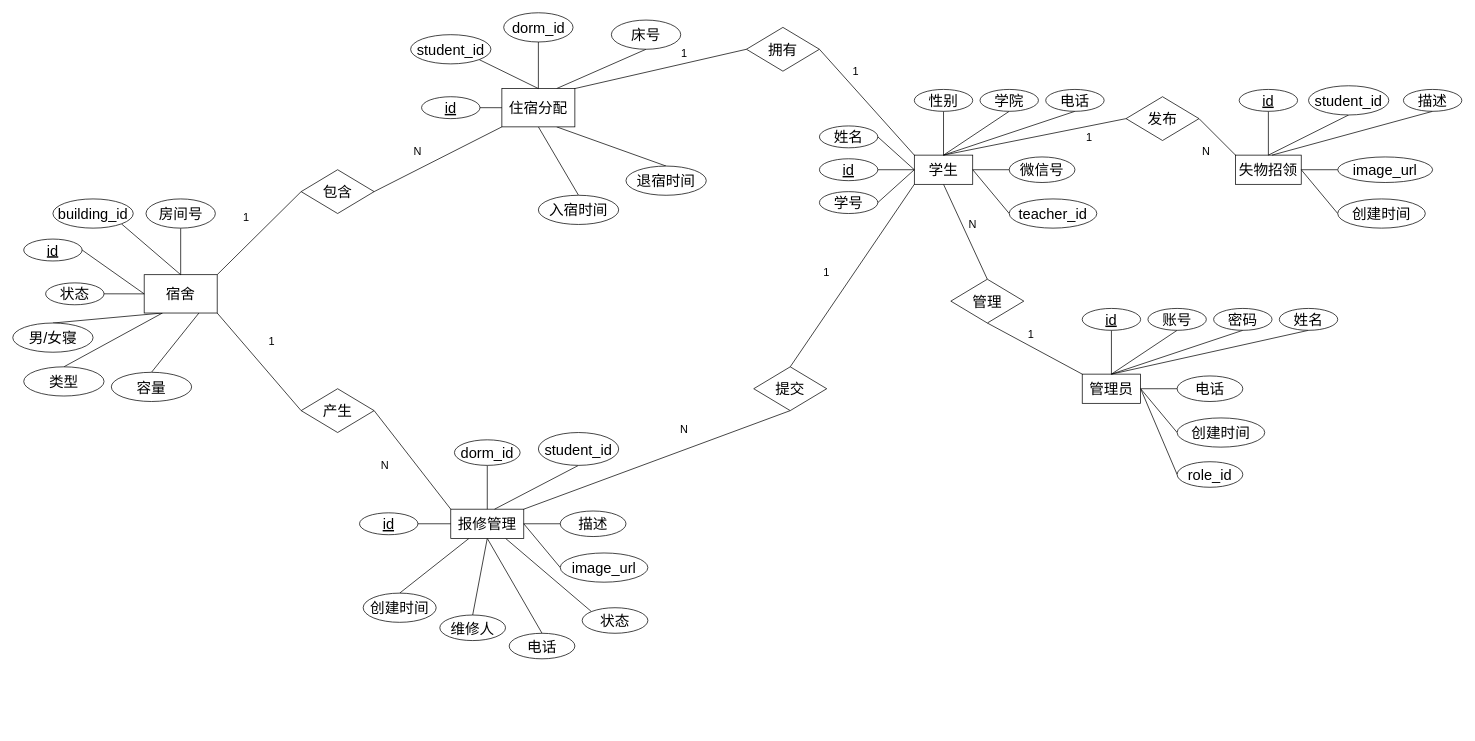
Before: ER图.drawio in lyb040701/draw, a draw.io diagram. Source tidied: cells renumbered, new cells numbered last; positions are measured from the earlier drawing's top-left corner, leaving out a move shared by most shapes. Both pictures are drawn from the tidied source at 73%, with x=0, y=0 at pixel (12, 12).
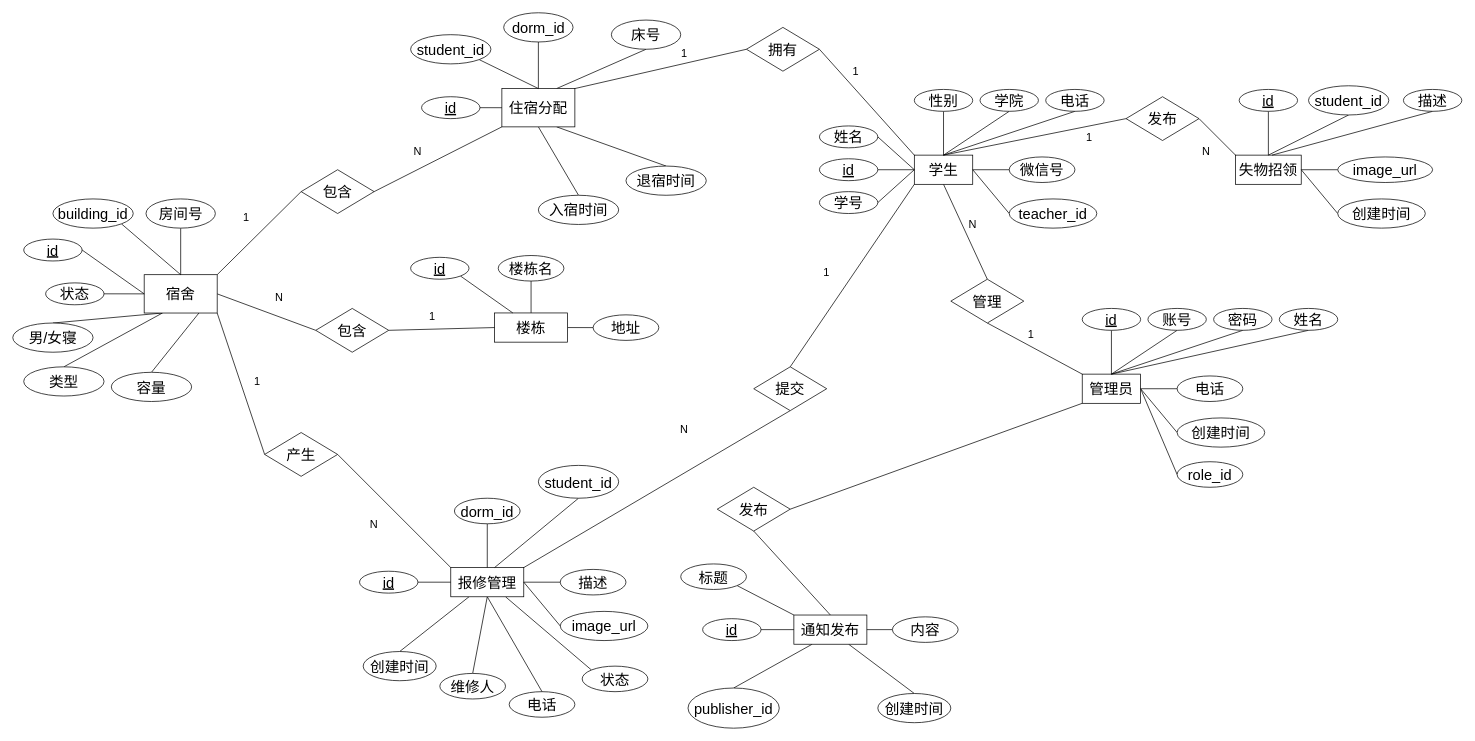
The same diagram, later.

The change refers to these unchanged cells:
```xml
<mxCell id="21" value="&lt;font style=&quot;font-size: 20px;&quot;&gt;管理员&lt;/font&gt;" style="rounded=0;whiteSpace=wrap;html=1;" parent="1" vertex="1">
  <mxGeometry x="1465" y="495" width="80" height="40" as="geometry" />
</mxCell>
<mxCell id="78" value="&lt;font style=&quot;font-size: 20px;&quot;&gt;宿舍&lt;/font&gt;" style="rounded=0;whiteSpace=wrap;html=1;" parent="1" vertex="1">
  <mxGeometry x="180" y="358.8" width="100" height="52.5" as="geometry" />
</mxCell>
```

Change to the diagram source:
```diff
@@
+    <mxCell id="123" style="edgeStyle=none;shape=connector;rounded=0;jettySize=auto;html=1;exitX=1;exitY=0.5;exitDx=0;exitDy=0;entryX=0;entryY=0.5;entryDx=0;entryDy=0;strokeColor=default;align=center;verticalAlign=middle;fontFamily=Helvetica;fontSize=11;fontColor=default;labelBackgroundColor=default;endArrow=none;endFill=0;" parent="1" edge="1" source="78" target="133">
+      <mxGeometry relative="1" as="geometry" />
+    </mxCell>
@@
     <mxCell id="95" style="edgeStyle=none;shape=connector;rounded=0;jettySize=auto;html=1;exitX=0.5;exitY=0;exitDx=0;exitDy=0;strokeColor=default;align=center;verticalAlign=middle;fontFamily=Helvetica;fontSize=11;fontColor=default;labelBackgroundColor=default;endArrow=none;endFill=0;" parent="1" edge="1" source="100">
       <mxGeometry relative="1" as="geometry">
-        <mxPoint x="650.3" y="680.4" as="targetPoint" />
+        <mxPoint x="650.3" y="760.4" as="targetPoint" />
       </mxGeometry>
     </mxCell>
@@
     <mxCell id="100" value="&lt;font style=&quot;font-size: 20px;&quot;&gt;报修管理&lt;/font&gt;" style="rounded=0;whiteSpace=wrap;html=1;" parent="1" vertex="1">
-      <mxGeometry x="600" y="680" width="100" height="40" as="geometry" />
+      <mxGeometry x="600" y="760" width="100" height="40" as="geometry" />
     </mxCell>
     <mxCell id="101" style="endArrow=none;html=1;rounded=0;" parent="1" edge="1" target="102">
       <mxGeometry relative="1" as="geometry">
-        <mxPoint x="700" y="700" as="sourcePoint" />
+        <mxPoint x="700" y="780" as="sourcePoint" />
       </mxGeometry>
     </mxCell>
     <mxCell id="102" value="&lt;span style=&quot;font-size: 20px;&quot;&gt;描述&lt;/span&gt;" style="ellipse;whiteSpace=wrap;html=1;" parent="1" vertex="1">
-      <mxGeometry x="750" y="682.5" width="90" height="35" as="geometry" />
+      <mxGeometry x="750" y="762.5" width="90" height="35" as="geometry" />
     </mxCell>
@@
     <mxCell id="104" value="&lt;font style=&quot;font-size: 20px;&quot;&gt;image_url&lt;/font&gt;" style="ellipse;whiteSpace=wrap;html=1;" parent="1" vertex="1">
-      <mxGeometry x="750" y="740" width="120" height="40" as="geometry" />
+      <mxGeometry x="750" y="820" width="120" height="40" as="geometry" />
     </mxCell>
@@
     <mxCell id="106" value="&lt;span style=&quot;font-size: 20px;&quot;&gt;&lt;u&gt;id&lt;/u&gt;&lt;/span&gt;" style="ellipse;whiteSpace=wrap;html=1;" parent="1" vertex="1">
-      <mxGeometry x="475" y="685" width="80" height="30" as="geometry" />
+      <mxGeometry x="475" y="765" width="80" height="30" as="geometry" />
     </mxCell>
@@
     <mxCell id="108" value="&lt;span style=&quot;font-size: 20px;&quot;&gt;dorm_id&lt;/span&gt;" style="ellipse;whiteSpace=wrap;html=1;" parent="1" vertex="1">
-      <mxGeometry x="605" y="585" width="90" height="35" as="geometry" />
+      <mxGeometry x="605" y="665" width="90" height="35" as="geometry" />
     </mxCell>
     <mxCell id="109" style="edgeStyle=none;rounded=0;jettySize=auto;html=1;exitX=0.5;exitY=1;exitDx=0;exitDy=0;endArrow=none;endFill=0;" parent="1" edge="1" source="110">
       <mxGeometry relative="1" as="geometry">
-        <mxPoint x="660" y="680" as="targetPoint" />
+        <mxPoint x="660" y="760" as="targetPoint" />
       </mxGeometry>
     </mxCell>
     <mxCell id="110" value="&lt;span style=&quot;font-size: 20px;&quot;&gt;student_id&lt;/span&gt;" style="ellipse;whiteSpace=wrap;html=1;" parent="1" vertex="1">
-      <mxGeometry x="720" y="575" width="110" height="45" as="geometry" />
+      <mxGeometry x="720" y="620" width="110" height="45" as="geometry" />
     </mxCell>
     <mxCell id="111" value="&lt;font style=&quot;font-size: 20px;&quot;&gt;状态&lt;br&gt;&lt;/font&gt;" style="ellipse;whiteSpace=wrap;html=1;" parent="1" vertex="1">
-      <mxGeometry x="780" y="815" width="90" height="35" as="geometry" />
+      <mxGeometry x="780" y="895" width="90" height="35" as="geometry" />
     </mxCell>
     <mxCell id="112" value="&lt;font style=&quot;font-size: 20px;&quot;&gt;创建时间&lt;/font&gt;" style="ellipse;whiteSpace=wrap;html=1;" parent="1" vertex="1">
-      <mxGeometry x="480" y="795" width="100" height="40" as="geometry" />
+      <mxGeometry x="480" y="875" width="100" height="40" as="geometry" />
     </mxCell>
     <mxCell id="113" value="&lt;font style=&quot;font-size: 20px;&quot;&gt;维修人&lt;br&gt;&lt;/font&gt;" style="ellipse;whiteSpace=wrap;html=1;" parent="1" vertex="1">
-      <mxGeometry x="585" y="825" width="90" height="35" as="geometry" />
+      <mxGeometry x="585" y="905" width="90" height="35" as="geometry" />
     </mxCell>
     <mxCell id="114" value="&lt;font style=&quot;font-size: 20px;&quot;&gt;电话&lt;/font&gt;" style="ellipse;whiteSpace=wrap;html=1;" parent="1" vertex="1">
-      <mxGeometry x="680" y="850" width="90" height="35" as="geometry" />
+      <mxGeometry x="680" y="930" width="90" height="35" as="geometry" />
     </mxCell>
@@
     <mxCell id="120" value="&lt;font style=&quot;font-size: 20px;&quot;&gt;产生&lt;/font&gt;" style="rhombus;whiteSpace=wrap;html=1;fontFamily=Helvetica;fontSize=11;fontColor=default;labelBackgroundColor=default;" parent="1" vertex="1">
-      <mxGeometry x="395" y="515" width="100" height="60" as="geometry" />
+      <mxGeometry x="345" y="575" width="100" height="60" as="geometry" />
     </mxCell>
     <mxCell id="121" value="&lt;font style=&quot;font-size: 15px;&quot;&gt;1&lt;/font&gt;" style="text;html=1;whiteSpace=wrap;strokeColor=none;fillColor=none;align=center;verticalAlign=middle;rounded=0;fontFamily=Helvetica;fontSize=11;fontColor=default;labelBackgroundColor=default;" parent="1" vertex="1">
-      <mxGeometry x="325" y="435" width="60" height="30" as="geometry" />
+      <mxGeometry x="305" y="490" width="60" height="30" as="geometry" />
     </mxCell>
     <mxCell id="122" value="&lt;font style=&quot;font-size: 15px;&quot;&gt;N&lt;/font&gt;" style="text;html=1;whiteSpace=wrap;strokeColor=none;fillColor=none;align=center;verticalAlign=middle;rounded=0;fontFamily=Helvetica;fontSize=11;fontColor=default;labelBackgroundColor=default;" parent="1" vertex="1">
-      <mxGeometry x="480" y="605" width="60" height="30" as="geometry" />
+      <mxGeometry x="465" y="685" width="60" height="30" as="geometry" />
     </mxCell>
+    <mxCell id="124" style="edgeStyle=none;shape=connector;rounded=0;jettySize=auto;html=1;exitX=1;exitY=0.5;exitDx=0;exitDy=0;entryX=0;entryY=0.5;entryDx=0;entryDy=0;strokeColor=default;align=center;verticalAlign=middle;fontFamily=Helvetica;fontSize=11;fontColor=default;labelBackgroundColor=default;endArrow=none;endFill=0;" parent="1" edge="1" source="127" target="128">
+      <mxGeometry relative="1" as="geometry" />
+    </mxCell>
+    <mxCell id="125" style="edgeStyle=none;shape=connector;rounded=0;jettySize=auto;html=1;exitX=0.5;exitY=0;exitDx=0;exitDy=0;strokeColor=default;align=center;verticalAlign=middle;fontFamily=Helvetica;fontSize=11;fontColor=default;labelBackgroundColor=default;endArrow=none;endFill=0;" parent="1" edge="1" source="127">
+      <mxGeometry relative="1" as="geometry">
+        <mxPoint x="710.3" y="411.7" as="targetPoint" />
+      </mxGeometry>
+    </mxCell>
+    <mxCell id="126" style="edgeStyle=none;shape=connector;rounded=0;jettySize=auto;html=1;exitX=0.5;exitY=0;exitDx=0;exitDy=0;entryX=0.5;entryY=1;entryDx=0;entryDy=0;strokeColor=default;align=center;verticalAlign=middle;fontFamily=Helvetica;fontSize=11;fontColor=default;labelBackgroundColor=default;endArrow=none;endFill=0;" parent="1" edge="1" source="127" target="131">
+      <mxGeometry relative="1" as="geometry" />
+    </mxCell>
+    <mxCell id="127" value="&lt;font style=&quot;font-size: 20px;&quot;&gt;楼栋&lt;/font&gt;" style="rounded=0;whiteSpace=wrap;html=1;" parent="1" vertex="1">
+      <mxGeometry x="660" y="411.2" width="100" height="40" as="geometry" />
+    </mxCell>
+    <mxCell id="128" value="&lt;font style=&quot;font-size: 20px;&quot;&gt;地址&lt;br&gt;&lt;/font&gt;" style="ellipse;whiteSpace=wrap;html=1;" parent="1" vertex="1">
+      <mxGeometry x="795" y="413.8" width="90" height="35" as="geometry" />
+    </mxCell>
+    <mxCell id="129" style="edgeStyle=none;shape=connector;rounded=0;jettySize=auto;html=1;exitX=1;exitY=1;exitDx=0;exitDy=0;entryX=0.25;entryY=0;entryDx=0;entryDy=0;strokeColor=default;align=center;verticalAlign=middle;fontFamily=Helvetica;fontSize=11;fontColor=default;labelBackgroundColor=default;endArrow=none;endFill=0;" parent="1" edge="1" source="130" target="127">
+      <mxGeometry relative="1" as="geometry" />
+    </mxCell>
+    <mxCell id="130" value="&lt;span style=&quot;font-size: 20px;&quot;&gt;&lt;u&gt;id&lt;/u&gt;&lt;/span&gt;" style="ellipse;whiteSpace=wrap;html=1;" parent="1" vertex="1">
+      <mxGeometry x="545" y="335" width="80" height="30" as="geometry" />
+    </mxCell>
+    <mxCell id="131" value="&lt;span style=&quot;font-size: 20px;&quot;&gt;楼栋名&lt;/span&gt;" style="ellipse;whiteSpace=wrap;html=1;" parent="1" vertex="1">
+      <mxGeometry x="665" y="332.5" width="90" height="35" as="geometry" />
+    </mxCell>
+    <mxCell id="132" style="edgeStyle=none;shape=connector;rounded=0;jettySize=auto;html=1;exitX=1;exitY=0.5;exitDx=0;exitDy=0;entryX=0;entryY=0.5;entryDx=0;entryDy=0;strokeColor=default;align=center;verticalAlign=middle;fontFamily=Helvetica;fontSize=11;fontColor=default;labelBackgroundColor=default;endArrow=none;endFill=0;" parent="1" edge="1" source="133" target="127">
+      <mxGeometry relative="1" as="geometry" />
+    </mxCell>
+    <mxCell id="133" value="&lt;font style=&quot;font-size: 20px;&quot;&gt;包含&lt;/font&gt;" style="rhombus;whiteSpace=wrap;html=1;fontFamily=Helvetica;fontSize=11;fontColor=default;labelBackgroundColor=default;" parent="1" vertex="1">
+      <mxGeometry x="415" y="405" width="100" height="60" as="geometry" />
+    </mxCell>
+    <mxCell id="134" value="&lt;font style=&quot;font-size: 15px;&quot;&gt;N&lt;/font&gt;" style="text;html=1;whiteSpace=wrap;strokeColor=none;fillColor=none;align=center;verticalAlign=middle;rounded=0;fontFamily=Helvetica;fontSize=11;fontColor=default;labelBackgroundColor=default;" parent="1" vertex="1">
+      <mxGeometry x="335" y="375" width="60" height="30" as="geometry" />
+    </mxCell>
+    <mxCell id="135" value="&lt;font style=&quot;font-size: 15px;&quot;&gt;1&lt;/font&gt;" style="text;html=1;whiteSpace=wrap;strokeColor=none;fillColor=none;align=center;verticalAlign=middle;rounded=0;fontFamily=Helvetica;fontSize=11;fontColor=default;labelBackgroundColor=default;" parent="1" vertex="1">
+      <mxGeometry x="545" y="400" width="60" height="30" as="geometry" />
+    </mxCell>
+    <mxCell id="136" style="edgeStyle=none;shape=connector;rounded=0;jettySize=auto;html=1;strokeColor=default;align=center;verticalAlign=middle;fontFamily=Helvetica;fontSize=11;fontColor=default;labelBackgroundColor=default;endArrow=none;endFill=0;" parent="1" edge="1" source="140">
+      <mxGeometry relative="1" as="geometry">
+        <mxPoint x="1120.3" y="825.4" as="targetPoint" />
+      </mxGeometry>
+    </mxCell>
+    <mxCell id="137" style="edgeStyle=none;shape=connector;rounded=0;jettySize=auto;html=1;exitX=0.25;exitY=1;exitDx=0;exitDy=0;entryX=0.5;entryY=0;entryDx=0;entryDy=0;strokeColor=default;align=center;verticalAlign=middle;fontFamily=Helvetica;fontSize=11;fontColor=default;labelBackgroundColor=default;endArrow=none;endFill=0;" parent="1" edge="1" source="140" target="144">
+      <mxGeometry relative="1" as="geometry" />
+    </mxCell>
+    <mxCell id="138" style="edgeStyle=none;shape=connector;rounded=0;jettySize=auto;html=1;exitX=0;exitY=0;exitDx=0;exitDy=0;entryX=1;entryY=1;entryDx=0;entryDy=0;strokeColor=default;align=center;verticalAlign=middle;fontFamily=Helvetica;fontSize=11;fontColor=default;labelBackgroundColor=default;endArrow=none;endFill=0;" parent="1" edge="1" source="140" target="145">
+      <mxGeometry relative="1" as="geometry" />
+    </mxCell>
+    <mxCell id="139" style="edgeStyle=none;shape=connector;rounded=0;jettySize=auto;html=1;exitX=0.75;exitY=1;exitDx=0;exitDy=0;entryX=0.5;entryY=0;entryDx=0;entryDy=0;strokeColor=default;align=center;verticalAlign=middle;fontFamily=Helvetica;fontSize=11;fontColor=default;labelBackgroundColor=default;endArrow=none;endFill=0;" parent="1" edge="1" source="140" target="147">
+      <mxGeometry relative="1" as="geometry" />
+    </mxCell>
+    <mxCell id="140" value="&lt;font style=&quot;font-size: 20px;&quot;&gt;通知发布&lt;/font&gt;" style="rounded=0;whiteSpace=wrap;html=1;" parent="1" vertex="1">
+      <mxGeometry x="1070" y="825" width="100" height="40" as="geometry" />
+    </mxCell>
+    <mxCell id="141" style="endArrow=none;html=1;rounded=0;entryX=0;entryY=0.5;entryDx=0;entryDy=0;" parent="1" edge="1" target="146">
+      <mxGeometry relative="1" as="geometry">
+        <mxPoint x="1170" y="845" as="sourcePoint" />
+      </mxGeometry>
+    </mxCell>
+    <mxCell id="142" style="rounded=0;jettySize=auto;html=1;entryX=0;entryY=0.5;entryDx=0;entryDy=0;endArrow=none;endFill=0;exitX=1;exitY=0.5;exitDx=0;exitDy=0;entryPerimeter=0;" parent="1" edge="1" source="143" target="140">
+      <mxGeometry relative="1" as="geometry" />
+    </mxCell>
+    <mxCell id="143" value="&lt;span style=&quot;font-size: 20px;&quot;&gt;&lt;u&gt;id&lt;/u&gt;&lt;/span&gt;" style="ellipse;whiteSpace=wrap;html=1;" parent="1" vertex="1">
+      <mxGeometry x="945" y="830" width="80" height="30" as="geometry" />
+    </mxCell>
+    <mxCell id="144" value="&lt;span style=&quot;font-size: 20px;&quot;&gt;publisher_id&lt;/span&gt;" style="ellipse;whiteSpace=wrap;html=1;" parent="1" vertex="1">
+      <mxGeometry x="925" y="925" width="125" height="55" as="geometry" />
+    </mxCell>
+    <mxCell id="145" value="&lt;span style=&quot;font-size: 20px;&quot;&gt;标题&lt;/span&gt;" style="ellipse;whiteSpace=wrap;html=1;" parent="1" vertex="1">
+      <mxGeometry x="915" y="755" width="90" height="35" as="geometry" />
+    </mxCell>
+    <mxCell id="146" value="&lt;span style=&quot;font-size: 20px;&quot;&gt;内容&lt;/span&gt;" style="ellipse;whiteSpace=wrap;html=1;" parent="1" vertex="1">
+      <mxGeometry x="1205" y="827.5" width="90" height="35" as="geometry" />
+    </mxCell>
+    <mxCell id="147" value="&lt;font style=&quot;font-size: 20px;&quot;&gt;创建时间&lt;/font&gt;" style="ellipse;whiteSpace=wrap;html=1;" parent="1" vertex="1">
+      <mxGeometry x="1185" y="932.5" width="100" height="40" as="geometry" />
+    </mxCell>
+    <mxCell id="148" style="edgeStyle=none;shape=connector;rounded=0;jettySize=auto;html=1;exitX=0.5;exitY=1;exitDx=0;exitDy=0;entryX=0.5;entryY=0;entryDx=0;entryDy=0;strokeColor=default;align=center;verticalAlign=middle;fontFamily=Helvetica;fontSize=11;fontColor=default;labelBackgroundColor=default;endArrow=none;endFill=0;" parent="1" edge="1" source="150" target="140">
+      <mxGeometry relative="1" as="geometry" />
+    </mxCell>
+    <mxCell id="149" style="edgeStyle=none;shape=connector;rounded=0;jettySize=auto;html=1;exitX=1;exitY=0.5;exitDx=0;exitDy=0;entryX=0;entryY=1;entryDx=0;entryDy=0;strokeColor=default;align=center;verticalAlign=middle;fontFamily=Helvetica;fontSize=11;fontColor=default;labelBackgroundColor=default;endArrow=none;endFill=0;" parent="1" edge="1" source="150" target="21">
+      <mxGeometry relative="1" as="geometry" />
+    </mxCell>
+    <mxCell id="150" value="&lt;font style=&quot;font-size: 20px;&quot;&gt;发布&lt;/font&gt;" style="rhombus;whiteSpace=wrap;html=1;fontFamily=Helvetica;fontSize=11;fontColor=default;labelBackgroundColor=default;" parent="1" vertex="1">
+      <mxGeometry x="965" y="650" width="100" height="60" as="geometry" />
+    </mxCell>
```
